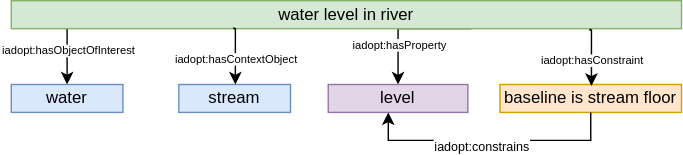
The draw.io diagram adrs/004/baseline.drawio.svg in i-adopt/patterns, before a commit. Source tidied: cells renumbered, new cells last; positions are measured from the earlier drawing's top-left corner, leaving out a move shared by most shapes.
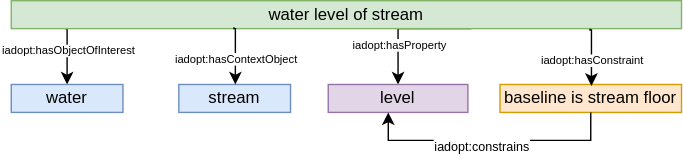
The same diagram one commit later.

The edit, as a diff of the source:
```diff
@@ -28,7 +28,7 @@
         <mxPoint x="-1" as="offset" />
       </mxGeometry>
     </mxCell>
-    <mxCell id="6" value="water level in river" style="rounded=0;whiteSpace=wrap;html=1;fillColor=#d5e8d4;strokeColor=#82b366;" parent="1" vertex="1">
+    <mxCell id="6" value="water level of stream" style="rounded=0;whiteSpace=wrap;html=1;fillColor=#d5e8d4;strokeColor=#82b366;" parent="1" vertex="1">
       <mxGeometry width="480" height="20" as="geometry" />
     </mxCell>
     <mxCell id="7" value="level" style="rounded=0;whiteSpace=wrap;html=1;fillColor=#e1d5e7;strokeColor=#9673a6;" parent="1" vertex="1">
```
